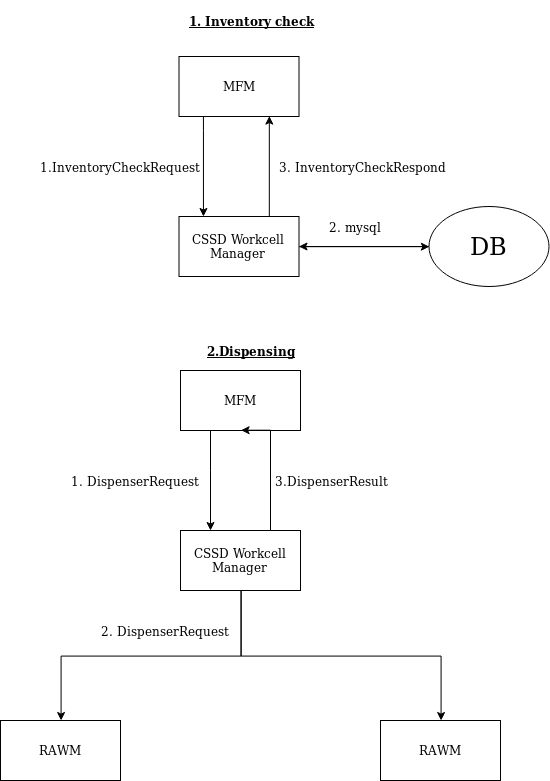
Above: documentations/RAM_logic.png in kerliang0801/cssd_workcell_manager (draw.io), before the change. Source tidied: cells renumbered, new cells last; positions are measured from the earlier drawing's top-left corner, leaving out a move shared by most shapes. Source of this version:
```xml
<mxGraphModel>
  <root>
    <mxCell id="0" />
    <mxCell id="1" parent="0" />
    <mxCell id="2" style="edgeStyle=orthogonalEdgeStyle;rounded=0;jettySize=auto;html=1;" parent="1" edge="1" source="3" target="7">
      <mxGeometry relative="1" as="geometry">
        <Array as="points">
          <mxPoint x="210" y="470" />
          <mxPoint x="210" y="470" />
        </Array>
      </mxGeometry>
    </mxCell>
    <mxCell id="3" value="MFM" style="rounded=0;whiteSpace=wrap;html=1;" parent="1" vertex="1">
      <mxGeometry x="180" y="370" width="120" height="60" as="geometry" />
    </mxCell>
    <mxCell id="4" style="edgeStyle=orthogonalEdgeStyle;rounded=0;jettySize=auto;html=1;exitX=0.5;exitY=1;exitDx=0;exitDy=0;" parent="1" edge="1" source="7" target="8">
      <mxGeometry relative="1" as="geometry" />
    </mxCell>
    <mxCell id="5" style="edgeStyle=orthogonalEdgeStyle;rounded=0;jettySize=auto;html=1;" parent="1" edge="1" source="7" target="10">
      <mxGeometry relative="1" as="geometry">
        <Array as="points">
          <mxPoint x="240" y="655" />
          <mxPoint x="440" y="655" />
        </Array>
      </mxGeometry>
    </mxCell>
    <mxCell id="6" style="edgeStyle=orthogonalEdgeStyle;rounded=0;jettySize=auto;html=1;entryX=0.5;entryY=1;entryDx=0;entryDy=0;" parent="1" edge="1" source="7" target="3">
      <mxGeometry relative="1" as="geometry">
        <Array as="points">
          <mxPoint x="270" y="430" />
        </Array>
      </mxGeometry>
    </mxCell>
    <mxCell id="7" value="CSSD Workcell Manager" style="rounded=0;whiteSpace=wrap;html=1;" parent="1" vertex="1">
      <mxGeometry x="180" y="530" width="120" height="60" as="geometry" />
    </mxCell>
    <mxCell id="8" value="RAWM" style="rounded=0;whiteSpace=wrap;html=1;" parent="1" vertex="1">
      <mxGeometry y="720" width="120" height="60" as="geometry" />
    </mxCell>
    <mxCell id="9" value="1. DispenserRequest" style="text;html=1;strokeColor=none;fillColor=none;align=center;verticalAlign=middle;whiteSpace=wrap;rounded=0;" parent="1" vertex="1">
      <mxGeometry x="70" y="460" width="130" height="40" as="geometry" />
    </mxCell>
    <mxCell id="10" value="RAWM" style="rounded=0;whiteSpace=wrap;html=1;" parent="1" vertex="1">
      <mxGeometry x="380" y="720" width="120" height="60" as="geometry" />
    </mxCell>
    <mxCell id="11" style="edgeStyle=orthogonalEdgeStyle;rounded=0;jettySize=auto;html=1;" parent="1" edge="1" source="12" target="14">
      <mxGeometry relative="1" as="geometry">
        <Array as="points">
          <mxPoint x="203.5" y="130" />
          <mxPoint x="203.5" y="130" />
        </Array>
      </mxGeometry>
    </mxCell>
    <mxCell id="12" value="MFM" style="rounded=0;whiteSpace=wrap;html=1;" parent="1" vertex="1">
      <mxGeometry x="178.5" y="56" width="120" height="60" as="geometry" />
    </mxCell>
    <mxCell id="13" style="edgeStyle=orthogonalEdgeStyle;rounded=0;jettySize=auto;html=1;entryX=0;entryY=0.5;entryDx=0;entryDy=0;exitX=1;exitY=0.5;exitDx=0;exitDy=0;" parent="1" edge="1" source="14" target="17">
      <mxGeometry relative="1" as="geometry" />
    </mxCell>
    <mxCell id="14" value="CSSD Workcell Manager" style="rounded=0;whiteSpace=wrap;html=1;" parent="1" vertex="1">
      <mxGeometry x="178.5" y="216" width="120" height="60" as="geometry" />
    </mxCell>
    <mxCell id="15" value="1.InventoryCheckRequest" style="text;html=1;strokeColor=none;fillColor=none;align=center;verticalAlign=middle;whiteSpace=wrap;rounded=0;" parent="1" vertex="1">
      <mxGeometry x="33.5" y="146" width="170" height="40" as="geometry" />
    </mxCell>
    <mxCell id="16" style="edgeStyle=orthogonalEdgeStyle;rounded=0;jettySize=auto;html=1;" parent="1" edge="1" source="17" target="14">
      <mxGeometry relative="1" as="geometry" />
    </mxCell>
    <mxCell id="17" value="&lt;font style=&quot;font-size: 24px&quot;&gt;DB&lt;/font&gt;" style="ellipse;whiteSpace=wrap;html=1;" parent="1" vertex="1">
      <mxGeometry x="428.5" y="206" width="120" height="80" as="geometry" />
    </mxCell>
    <mxCell id="18" value="2. mysql" style="text;html=1;strokeColor=none;fillColor=none;align=center;verticalAlign=middle;whiteSpace=wrap;rounded=0;" parent="1" vertex="1">
      <mxGeometry x="323.5" y="216" width="60" height="20" as="geometry" />
    </mxCell>
    <mxCell id="19" value="&lt;b&gt;&lt;u&gt;1. Inventory check&lt;/u&gt;&lt;/b&gt;" style="text;html=1;strokeColor=none;fillColor=none;align=center;verticalAlign=middle;whiteSpace=wrap;rounded=0;" parent="1" vertex="1">
      <mxGeometry x="182" width="137" height="40" as="geometry" />
    </mxCell>
    <mxCell id="20" style="edgeStyle=orthogonalEdgeStyle;rounded=0;jettySize=auto;html=1;entryX=0.75;entryY=1;entryDx=0;entryDy=0;exitX=0.75;exitY=0;exitDx=0;exitDy=0;" parent="1" edge="1" source="14" target="12">
      <mxGeometry relative="1" as="geometry" />
    </mxCell>
    <mxCell id="21" value="3. InventoryCheckRespond" style="text;html=1;strokeColor=none;fillColor=none;align=center;verticalAlign=middle;whiteSpace=wrap;rounded=0;" parent="1" vertex="1">
      <mxGeometry x="268.5" y="146" width="185" height="40" as="geometry" />
    </mxCell>
    <mxCell id="22" value="&lt;u&gt;&lt;b&gt;2.Dispensing&lt;/b&gt;&lt;/u&gt;" style="text;html=1;strokeColor=none;fillColor=none;align=center;verticalAlign=middle;whiteSpace=wrap;rounded=0;" parent="1" vertex="1">
      <mxGeometry x="181.5" y="330" width="137" height="40" as="geometry" />
    </mxCell>
    <mxCell id="23" value="3.DispenserResult" style="text;html=1;strokeColor=none;fillColor=none;align=center;verticalAlign=middle;whiteSpace=wrap;rounded=0;" parent="1" vertex="1">
      <mxGeometry x="310" y="470" width="40" height="20" as="geometry" />
    </mxCell>
    <mxCell id="24" value="2. DispenserRequest" style="text;html=1;strokeColor=none;fillColor=none;align=center;verticalAlign=middle;whiteSpace=wrap;rounded=0;" parent="1" vertex="1">
      <mxGeometry x="100" y="610" width="130" height="40" as="geometry" />
    </mxCell>
  </root>
</mxGraphModel>
```
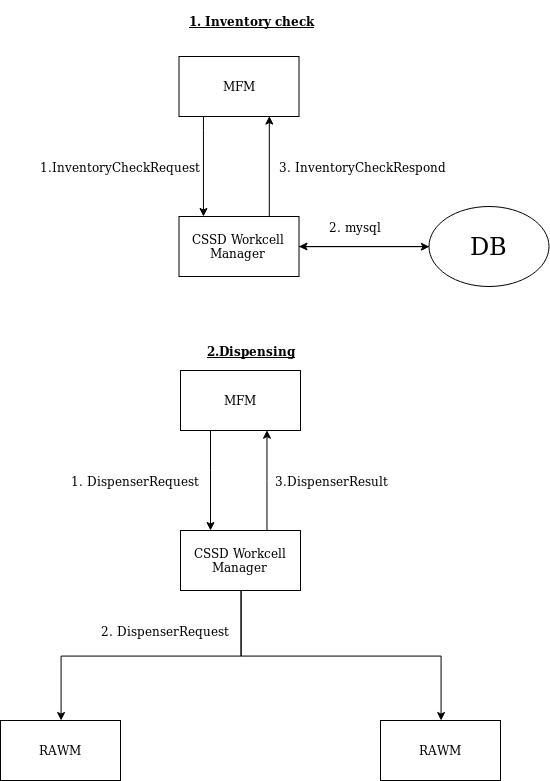
The same diagram one commit later.

Commit message:
corrected logic flow image

Diff of the diagram source:
```diff
@@ -24,13 +24,15 @@
         </Array>
       </mxGeometry>
     </mxCell>
-    <mxCell id="6" style="edgeStyle=orthogonalEdgeStyle;rounded=0;jettySize=auto;html=1;entryX=0.5;entryY=1;entryDx=0;entryDy=0;" parent="1" edge="1" source="7" target="3">
-      <mxGeometry relative="1" as="geometry">
-        <Array as="points">
-          <mxPoint x="270" y="430" />
-        </Array>
-      </mxGeometry>
-    </mxCell>
+    <mxCell id="25" style="edgeStyle=orthogonalEdgeStyle;rounded=0;jettySize=auto;html=1;exitX=0.721;exitY=0.167;exitDx=0;exitDy=0;exitPerimeter=0;" parent="1" edge="1" source="7">
+      <mxGeometry relative="1" as="geometry">
+        <mxPoint x="266" y="430" as="targetPoint" />
+        <Array as="points">
+          <mxPoint x="266" y="480" />
+          <mxPoint x="266" y="480" />
+        </Array>
+      </mxGeometry>
+    </mxCell>
     <mxCell id="7" value="CSSD Workcell Manager" style="rounded=0;whiteSpace=wrap;html=1;" parent="1" vertex="1">
       <mxGeometry x="180" y="530" width="120" height="60" as="geometry" />
     </mxCell>
```
